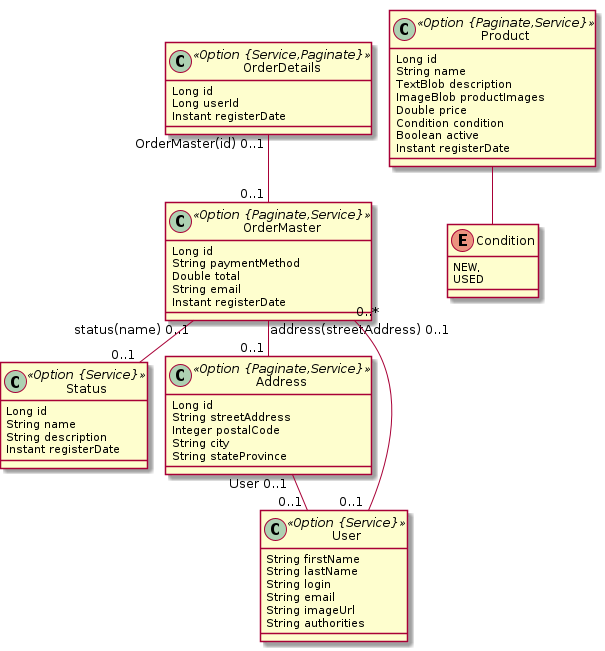
This is 1-ordersystem-monolithic/docs/ordersystem-jdl.png from tomj0101/distributed-system, a PlantUML export, as it was before one commit.
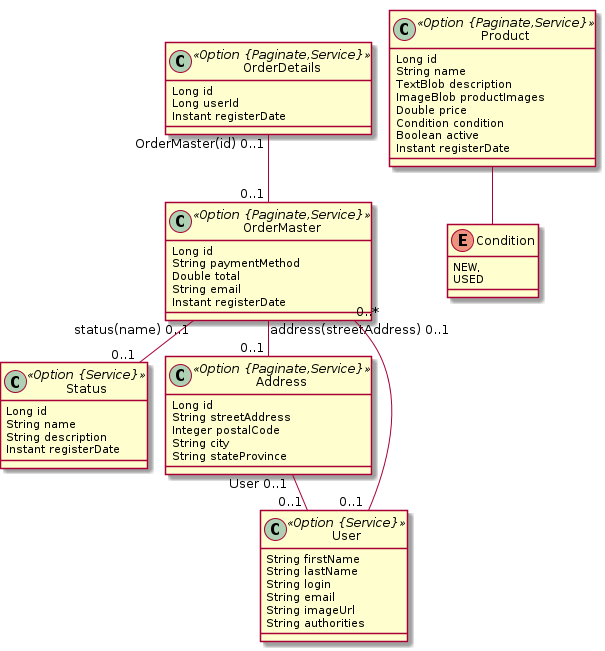
Above is the later version.

Diff of the diagram source:
```diff
@@ -32,7 +32,7 @@
 		String email
 		Instant registerDate
 	}
-	class OrderDetails <<Option {Service,Paginate}>> {
+	class OrderDetails <<Option {Paginate,Service}>> {
 		Long id
 		Long userId
 		Instant registerDate
```
